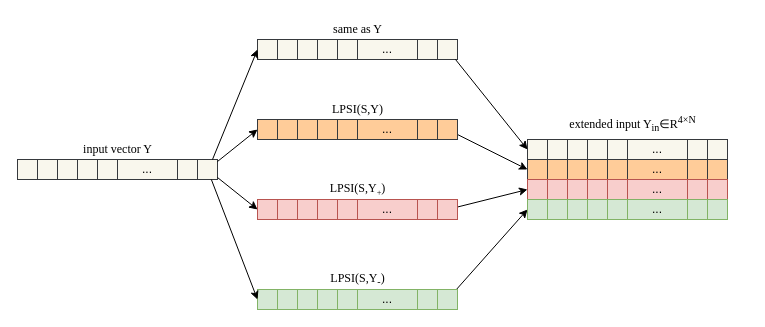
streakyPorker/drawio-diagrams keeps this draw.io diagram as 输入算法.drawio. Above is the earlier version. Source tidied: cells renumbered, new cells numbered last; positions are measured from the earlier drawing's top-left corner, leaving out a move shared by most shapes. Both pictures are drawn from the tidied source at 100%, with x=0, y=0 at pixel (17, 19).
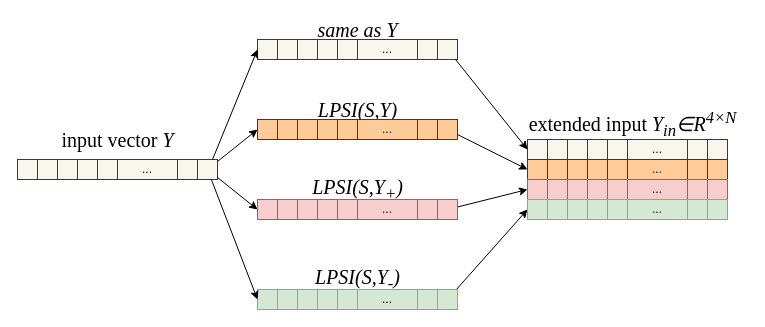
The same page after the edit.

The change refers to these unchanged cells:
```xml
<mxCell id="14" style="group;" parent="1" vertex="1">
  <mxGeometry y="120" width="200" height="40" as="geometry" />
</mxCell>
```

Change to the diagram source:
```diff
@@
-    <mxCell id="2" style="group;" parent="1" vertex="1">
+    <mxCell id="2" style="group;fontFamily=Times New Roman;" parent="1" vertex="1">
       <mxGeometry x="240" width="200" height="40" as="geometry" />
     </mxCell>
@@
-    <mxCell id="13" value="&lt;font face=&quot;Times New Roman&quot;&gt;same as Y&lt;/font&gt;" style="text;html=1;align=center;verticalAlign=middle;strokeColor=none;fillColor=none;" parent="2" vertex="1">
-      <mxGeometry x="70" width="60" height="20" as="geometry" />
+    <mxCell id="13" value="&lt;font style=&quot;font-size: 20px;&quot; face=&quot;Times New Roman&quot;&gt;&lt;i&gt;same as Y&lt;/i&gt;&lt;/font&gt;" style="text;html=1;align=center;verticalAlign=middle;strokeColor=none;fillColor=none;" parent="2" vertex="1">
+      <mxGeometry x="50" width="100" height="20" as="geometry" />
     </mxCell>
@@
-    <mxCell id="25" value="&lt;font face=&quot;Times New Roman&quot;&gt;input vector Y&lt;/font&gt;" style="text;html=1;align=center;verticalAlign=middle;strokeColor=none;fillColor=none;" parent="14" vertex="1">
-      <mxGeometry x="60" width="80" height="20" as="geometry" />
+    <mxCell id="25" value="&lt;font style=&quot;font-size: 20px;&quot;&gt;input vector &lt;i&gt;Y&lt;/i&gt;&lt;/font&gt;" style="text;html=1;align=center;verticalAlign=middle;strokeColor=none;fillColor=none;fontFamily=Times New Roman;fontSize=20;" parent="14" vertex="1">
+      <mxGeometry x="35" y="-15" width="130" height="30" as="geometry" />
     </mxCell>
-    <mxCell id="26" value="&lt;font face=&quot;Times New Roman&quot;&gt;LPSI(S,Y)&lt;/font&gt;" style="text;html=1;align=center;verticalAlign=middle;strokeColor=none;fillColor=none;" parent="1" vertex="1">
-      <mxGeometry x="305" y="80" width="70" height="20" as="geometry" />
+    <mxCell id="26" value="&lt;font style=&quot;font-size: 20px;&quot;&gt;&lt;i&gt;LPSI(S,Y)&lt;/i&gt;&lt;/font&gt;" style="text;html=1;align=center;verticalAlign=middle;strokeColor=none;fillColor=none;fontFamily=Times New Roman;fontSize=20;" parent="1" vertex="1">
+      <mxGeometry x="295" y="75" width="90" height="30" as="geometry" />
     </mxCell>
@@
-    <mxCell id="37" value="&lt;font face=&quot;Times New Roman&quot;&gt;LPSI(S,Y&lt;span style=&quot;font-size: 10px;&quot;&gt;&lt;sub&gt;+&lt;/sub&gt;&lt;/span&gt;)&lt;/font&gt;" style="text;html=1;align=center;verticalAlign=middle;strokeColor=none;fillColor=none;" parent="1" vertex="1">
-      <mxGeometry x="305" y="160" width="70" height="20" as="geometry" />
+    <mxCell id="37" value="&lt;font style=&quot;font-size: 20px;&quot; face=&quot;Times New Roman&quot;&gt;&lt;i&gt;LPSI(S,Y&lt;span style=&quot;&quot;&gt;&lt;sub&gt;+&lt;/sub&gt;&lt;/span&gt;)&lt;/i&gt;&lt;/font&gt;" style="text;html=1;align=center;verticalAlign=middle;strokeColor=none;fillColor=none;" parent="1" vertex="1">
+      <mxGeometry x="285" y="155" width="110" height="30" as="geometry" />
     </mxCell>
@@
-    <mxCell id="48" value="&lt;font face=&quot;Times New Roman&quot;&gt;LPSI(S,Y&lt;sub&gt;-&lt;/sub&gt;)&lt;/font&gt;" style="text;html=1;align=center;verticalAlign=middle;strokeColor=none;fillColor=none;" parent="1" vertex="1">
-      <mxGeometry x="305" y="250" width="70" height="20" as="geometry" />
+    <mxCell id="48" value="&lt;font style=&quot;font-size: 20px;&quot; face=&quot;Times New Roman&quot;&gt;&lt;i&gt;LPSI(S,Y&lt;sub&gt;-&lt;/sub&gt;)&lt;/i&gt;&lt;/font&gt;" style="text;html=1;align=center;verticalAlign=middle;strokeColor=none;fillColor=none;" parent="1" vertex="1">
+      <mxGeometry x="290" y="245" width="100" height="30" as="geometry" />
     </mxCell>
@@
-    <mxCell id="101" value="extended input Y&lt;sub&gt;in&lt;/sub&gt;&lt;span style=&quot;background-color: initial;&quot;&gt;∈R&lt;sup&gt;4×N&lt;/sup&gt;&lt;/span&gt;" style="text;html=1;align=center;verticalAlign=middle;strokeColor=none;fillColor=none;fontFamily=Times New Roman;" parent="1" vertex="1">
-      <mxGeometry x="540" y="90" width="150" height="30" as="geometry" />
+    <mxCell id="101" value="&lt;font style=&quot;font-size: 20px;&quot;&gt;extended input &lt;i&gt;Y&lt;sub&gt;in&lt;/sub&gt;&lt;span style=&quot;background-color: initial;&quot;&gt;∈R&lt;sup&gt;4×N&lt;/sup&gt;&lt;/span&gt;&lt;/i&gt;&lt;/font&gt;" style="text;html=1;align=center;verticalAlign=middle;strokeColor=none;fillColor=none;fontFamily=Times New Roman;" parent="1" vertex="1">
+      <mxGeometry x="500" y="90" width="230" height="30" as="geometry" />
     </mxCell>
```
